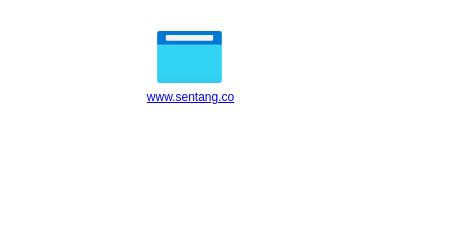
Before: docs/draw/Travel Platform.drawio in chavp/DataModeling, a draw.io diagram. Source tidied: cells renumbered, new cells numbered last; positions are measured from the earlier drawing's top-left corner, leaving out a move shared by most shapes. Both pictures are drawn from the tidied source at 100%, with x=0, y=0 at pixel (157, 31).
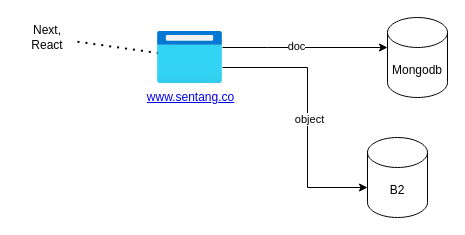
Above is the later version.

Diff of the diagram source:
```diff
@@
 <mxGraphModel>
   <root>
     <mxCell id="0" />
     <mxCell id="1" parent="0" />
+    <mxCell id="3" style="edgeStyle=orthogonalEdgeStyle;rounded=0;jettySize=auto;html=1;" parent="1" edge="1" source="2">
+      <mxGeometry relative="1" as="geometry">
+        <mxPoint x="230" y="16" as="targetPoint" />
+        <Array as="points">
+          <mxPoint x="110" y="16" />
+          <mxPoint x="110" y="16" />
+        </Array>
+      </mxGeometry>
+    </mxCell>
+    <mxCell id="4" value="doc" style="edgeLabel;html=1;align=center;verticalAlign=middle;" parent="3" vertex="1">
+      <mxGeometry x="-0.12" y="2" relative="1" as="geometry" />
+    </mxCell>
+    <mxCell id="5" style="edgeStyle=orthogonalEdgeStyle;rounded=0;jettySize=auto;html=1;" parent="1" edge="1" source="2" target="9">
+      <mxGeometry relative="1" as="geometry">
+        <Array as="points">
+          <mxPoint x="150" y="36" />
+          <mxPoint x="150" y="156" />
+        </Array>
+      </mxGeometry>
+    </mxCell>
+    <mxCell id="6" value="object" style="edgeLabel;html=1;align=center;verticalAlign=middle;" parent="5" vertex="1">
+      <mxGeometry x="0.03" y="1" relative="1" as="geometry" />
+    </mxCell>
     <mxCell id="2" value="&lt;a href=&quot;https://www.sentang.co/&quot;&gt;www.sentang.co&lt;/a&gt;" style="image;html=1;points=[];align=center;fontSize=12;image=img/lib/azure2/general/Browser.svg;" parent="1" vertex="1">
       <mxGeometry width="65" height="52" as="geometry" />
     </mxCell>
+    <mxCell id="7" value="Mongodb" style="shape=cylinder3;whiteSpace=wrap;html=1;boundedLbl=1;backgroundOutline=1;size=15;" parent="1" vertex="1">
+      <mxGeometry x="230" y="-14" width="60" height="80" as="geometry" />
+    </mxCell>
+    <mxCell id="8" value="Next, React" style="text;html=1;whiteSpace=wrap;strokeColor=none;fillColor=none;align=center;verticalAlign=middle;rounded=0;" parent="1" vertex="1">
+      <mxGeometry x="-140" y="-14" width="60" height="40" as="geometry" />
+    </mxCell>
+    <mxCell id="9" value="B2" style="shape=cylinder3;whiteSpace=wrap;html=1;boundedLbl=1;backgroundOutline=1;size=15;" parent="1" vertex="1">
+      <mxGeometry x="210" y="106" width="60" height="80" as="geometry" />
+    </mxCell>
+    <mxCell id="10" style="endArrow=none;dashed=1;html=1;dashPattern=1 3;strokeWidth=2;rounded=0;" parent="1" edge="1" source="8" target="2">
+      <mxGeometry relative="1" as="geometry" />
+    </mxCell>
   </root>
 </mxGraphModel>
```
